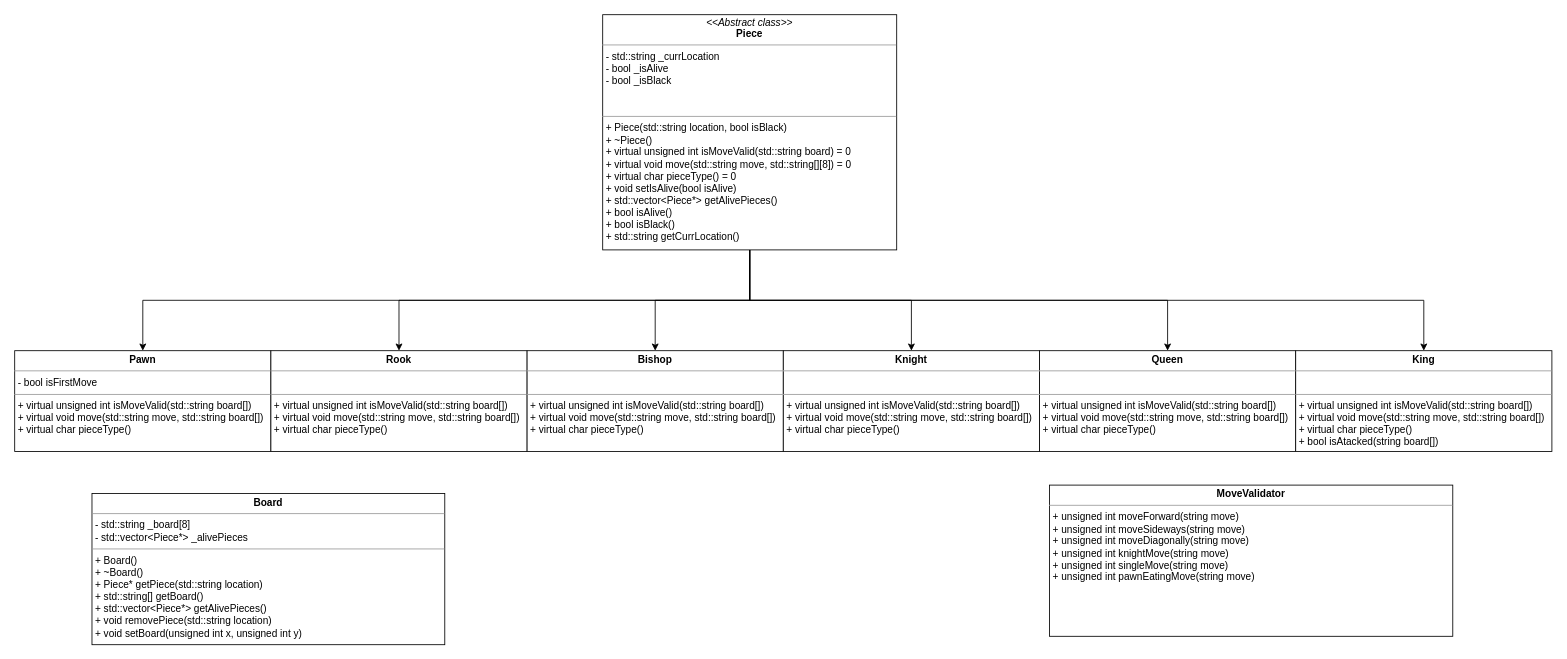
Before: ChessUML.drawio in shahar0809/Chess, a draw.io diagram. Source tidied: cells renumbered, new cells numbered last; positions are measured from the earlier drawing's top-left corner, leaving out a move shared by most shapes. Both pictures are drawn from the tidied source at 84%, with x=0, y=0 at pixel (14, 14).
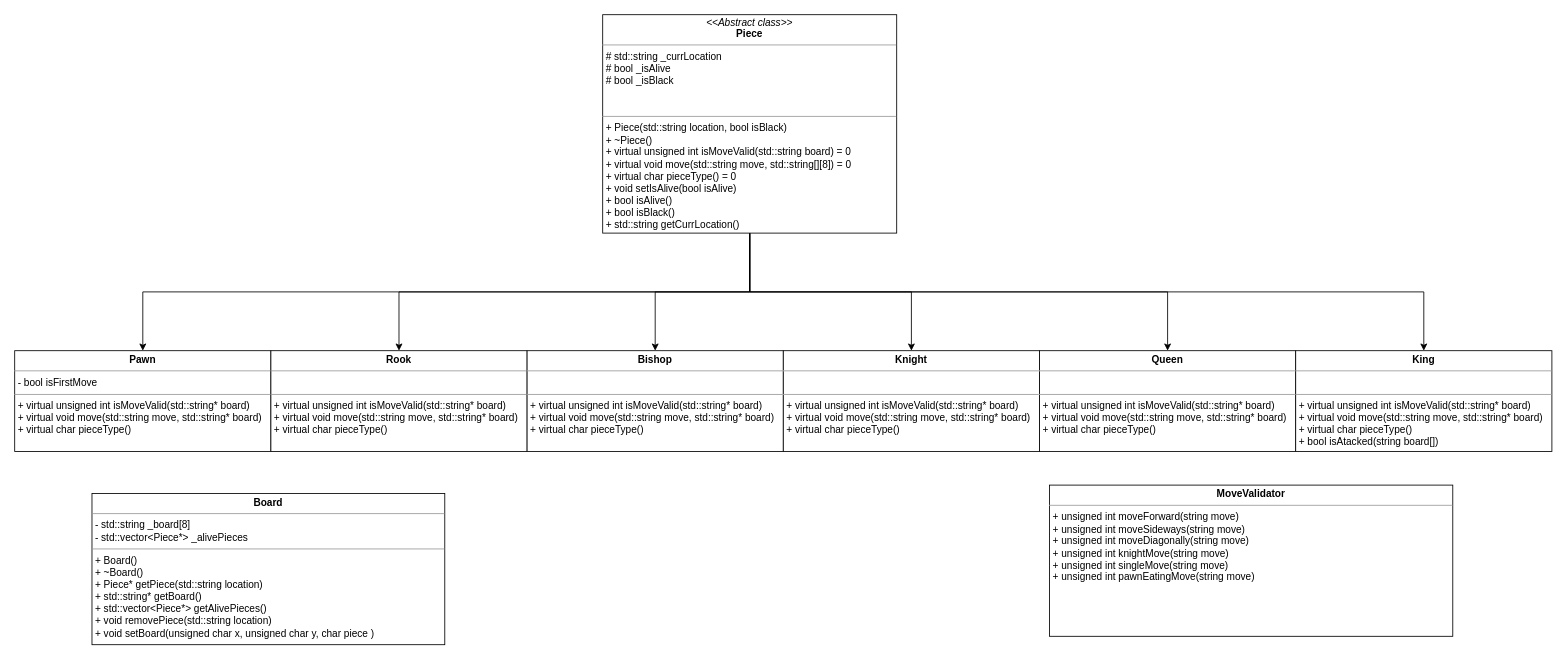
After the change.

The edit, as a diff of the source:
```diff
@@
 <mxGraphModel background="#ffffff">
   <root>
     <mxCell id="0" />
     <mxCell id="1" parent="0" />
     <mxCell id="2" style="edgeStyle=orthogonalEdgeStyle;rounded=0;jettySize=auto;html=1;exitX=0.5;exitY=1;exitDx=0;exitDy=0;entryX=0.5;entryY=0;entryDx=0;entryDy=0;" parent="1" edge="1" source="8" target="13">
       <mxGeometry relative="1" as="geometry" />
     </mxCell>
     <mxCell id="3" style="edgeStyle=orthogonalEdgeStyle;rounded=0;jettySize=auto;html=1;exitX=0.5;exitY=1;exitDx=0;exitDy=0;" parent="1" edge="1" source="8" target="14">
       <mxGeometry relative="1" as="geometry" />
     </mxCell>
     <mxCell id="4" style="edgeStyle=orthogonalEdgeStyle;rounded=0;jettySize=auto;html=1;exitX=0.5;exitY=1;exitDx=0;exitDy=0;" parent="1" edge="1" source="8" target="12">
       <mxGeometry relative="1" as="geometry" />
     </mxCell>
     <mxCell id="5" style="edgeStyle=orthogonalEdgeStyle;rounded=0;jettySize=auto;html=1;exitX=0.5;exitY=1;exitDx=0;exitDy=0;entryX=0.5;entryY=0;entryDx=0;entryDy=0;" parent="1" edge="1" source="8" target="9">
       <mxGeometry relative="1" as="geometry" />
     </mxCell>
     <mxCell id="6" style="edgeStyle=orthogonalEdgeStyle;rounded=0;jettySize=auto;html=1;exitX=0.5;exitY=1;exitDx=0;exitDy=0;" parent="1" edge="1" source="8" target="15">
       <mxGeometry relative="1" as="geometry" />
     </mxCell>
     <mxCell id="7" style="edgeStyle=orthogonalEdgeStyle;rounded=0;jettySize=auto;html=1;exitX=0.5;exitY=1;exitDx=0;exitDy=0;" parent="1" edge="1" source="8" target="16">
       <mxGeometry relative="1" as="geometry" />
     </mxCell>
-    <mxCell id="8" value="&lt;p style=&quot;margin: 4px 0px 0px ; text-align: center ; line-height: 110%&quot;&gt;&lt;i&gt;&amp;lt;&amp;lt;Abstract class&amp;gt;&amp;gt;&lt;/i&gt;&lt;br&gt;&lt;b&gt;Piece&lt;/b&gt;&lt;/p&gt;&lt;hr size=&quot;1&quot;&gt;&lt;p style=&quot;margin: 0px ; margin-left: 4px&quot;&gt;- std::string _currLocation&lt;br&gt;- bool _isAlive&lt;/p&gt;&lt;p style=&quot;margin: 0px ; margin-left: 4px&quot;&gt;- bool _isBlack&lt;/p&gt;&lt;p style=&quot;margin: 0px ; margin-left: 4px&quot;&gt;&lt;br&gt;&lt;/p&gt;&lt;p style=&quot;margin: 0px ; margin-left: 4px&quot;&gt;&lt;br&gt;&lt;/p&gt;&lt;hr size=&quot;1&quot;&gt;&lt;p style=&quot;margin: 0px ; margin-left: 4px&quot;&gt;+ Piece(std::string location, bool isBlack)&lt;/p&gt;&lt;p style=&quot;margin: 0px ; margin-left: 4px&quot;&gt;+ ~Piece()&lt;/p&gt;&lt;p style=&quot;margin: 0px ; margin-left: 4px&quot;&gt;+ virtual unsigned int isMoveValid(std::string board) = 0&lt;br&gt;+ virtual void move(std::string move, std::string[][8]) = 0&lt;/p&gt;&lt;p style=&quot;margin: 0px ; margin-left: 4px&quot;&gt;+ virtual char pieceType() = 0&lt;/p&gt;&lt;p style=&quot;margin: 0px ; margin-left: 4px&quot;&gt;+ void setIsAlive(bool isAlive)&lt;/p&gt;&lt;p style=&quot;margin: 0px ; margin-left: 4px&quot;&gt;+ std::vector&amp;lt;Piece*&amp;gt; getAlivePieces()&lt;/p&gt;&lt;p style=&quot;margin: 0px ; margin-left: 4px&quot;&gt;+ bool isAlive()&lt;/p&gt;&lt;p style=&quot;margin: 0px ; margin-left: 4px&quot;&gt;+ bool isBlack()&lt;/p&gt;&lt;p style=&quot;margin: 0px ; margin-left: 4px&quot;&gt;+ std::string getCurrLocation()&lt;/p&gt;" style="verticalAlign=top;align=left;overflow=fill;fontSize=12;fontFamily=Helvetica;html=1;" parent="1" vertex="1">
-      <mxGeometry x="700" width="350" height="280" as="geometry" />
+    <mxCell id="8" value="&lt;p style=&quot;margin: 4px 0px 0px ; text-align: center ; line-height: 110%&quot;&gt;&lt;i&gt;&amp;lt;&amp;lt;Abstract class&amp;gt;&amp;gt;&lt;/i&gt;&lt;br&gt;&lt;b&gt;Piece&lt;/b&gt;&lt;/p&gt;&lt;hr size=&quot;1&quot;&gt;&lt;p style=&quot;margin: 0px ; margin-left: 4px&quot;&gt;# std::string _currLocation&lt;br&gt;# bool _isAlive&lt;/p&gt;&lt;p style=&quot;margin: 0px ; margin-left: 4px&quot;&gt;# bool _isBlack&lt;/p&gt;&lt;p style=&quot;margin: 0px ; margin-left: 4px&quot;&gt;&lt;br&gt;&lt;/p&gt;&lt;p style=&quot;margin: 0px ; margin-left: 4px&quot;&gt;&lt;br&gt;&lt;/p&gt;&lt;hr size=&quot;1&quot;&gt;&lt;p style=&quot;margin: 0px ; margin-left: 4px&quot;&gt;+ Piece(std::string location, bool isBlack)&lt;/p&gt;&lt;p style=&quot;margin: 0px ; margin-left: 4px&quot;&gt;+ ~Piece()&lt;/p&gt;&lt;p style=&quot;margin: 0px ; margin-left: 4px&quot;&gt;+ virtual unsigned int isMoveValid(std::string board) = 0&lt;br&gt;+ virtual void move(std::string move, std::string[][8]) = 0&lt;/p&gt;&lt;p style=&quot;margin: 0px ; margin-left: 4px&quot;&gt;+ virtual char pieceType() = 0&lt;/p&gt;&lt;p style=&quot;margin: 0px ; margin-left: 4px&quot;&gt;+ void setIsAlive(bool isAlive)&lt;/p&gt;&lt;p style=&quot;margin: 0px ; margin-left: 4px&quot;&gt;+ bool isAlive()&lt;/p&gt;&lt;p style=&quot;margin: 0px ; margin-left: 4px&quot;&gt;+ bool isBlack()&lt;/p&gt;&lt;p style=&quot;margin: 0px ; margin-left: 4px&quot;&gt;+ std::string getCurrLocation()&lt;/p&gt;" style="verticalAlign=top;align=left;overflow=fill;fontSize=12;fontFamily=Helvetica;html=1;" parent="1" vertex="1">
+      <mxGeometry x="700" width="350" height="260" as="geometry" />
     </mxCell>
-    <mxCell id="9" value="&lt;p style=&quot;margin: 0px ; margin-top: 4px ; text-align: center&quot;&gt;&lt;b&gt;Pawn&lt;/b&gt;&lt;/p&gt;&lt;hr size=&quot;1&quot;&gt;&lt;p style=&quot;margin: 0px ; margin-left: 4px&quot;&gt;- bool isFirstMove&lt;/p&gt;&lt;hr size=&quot;1&quot;&gt;&lt;p style=&quot;margin: 0px 0px 0px 4px&quot;&gt;+ virtual unsigned int isMoveValid(std::string board[])&lt;br&gt;+ virtual void move(std::string move, std::string board[])&lt;/p&gt;&lt;p style=&quot;margin: 0px ; margin-left: 4px&quot;&gt;&lt;span&gt;+ virtual char pieceType()&lt;/span&gt;&amp;nbsp;&lt;/p&gt;" style="verticalAlign=top;align=left;overflow=fill;fontSize=12;fontFamily=Helvetica;html=1;" parent="1" vertex="1">
+    <mxCell id="9" value="&lt;p style=&quot;margin: 0px ; margin-top: 4px ; text-align: center&quot;&gt;&lt;b&gt;Pawn&lt;/b&gt;&lt;/p&gt;&lt;hr size=&quot;1&quot;&gt;&lt;p style=&quot;margin: 0px ; margin-left: 4px&quot;&gt;- bool isFirstMove&lt;/p&gt;&lt;hr size=&quot;1&quot;&gt;&lt;p style=&quot;margin: 0px 0px 0px 4px&quot;&gt;+ virtual unsigned int isMoveValid(std::string* board)&lt;br&gt;+ virtual void move(std::string move, std::string* board)&lt;/p&gt;&lt;p style=&quot;margin: 0px 0px 0px 4px&quot;&gt;+ virtual char pieceType()&amp;nbsp;&lt;/p&gt;" style="verticalAlign=top;align=left;overflow=fill;fontSize=12;fontFamily=Helvetica;html=1;" parent="1" vertex="1">
       <mxGeometry y="400" width="305" height="120" as="geometry" />
     </mxCell>
-    <mxCell id="10" value="&lt;p style=&quot;margin: 0px ; margin-top: 4px ; text-align: center&quot;&gt;&lt;b&gt;Board&lt;/b&gt;&lt;/p&gt;&lt;hr size=&quot;1&quot;&gt;&lt;p style=&quot;margin: 0px ; margin-left: 4px&quot;&gt;- std::string _board[8]&lt;/p&gt;&lt;p style=&quot;margin: 0px ; margin-left: 4px&quot;&gt;- std::vector&amp;lt;Piece*&amp;gt; _alivePieces&lt;/p&gt;&lt;hr size=&quot;1&quot;&gt;&lt;p style=&quot;margin: 0px ; margin-left: 4px&quot;&gt;+ Board()&lt;/p&gt;&lt;p style=&quot;margin: 0px ; margin-left: 4px&quot;&gt;+ ~Board()&lt;/p&gt;&lt;p style=&quot;margin: 0px ; margin-left: 4px&quot;&gt;+ Piece* getPiece(std::string location)&lt;/p&gt;&lt;p style=&quot;margin: 0px ; margin-left: 4px&quot;&gt;+ std::string[] getBoard()&lt;/p&gt;&lt;p style=&quot;margin: 0px ; margin-left: 4px&quot;&gt;+ std::vector&amp;lt;Piece*&amp;gt; getAlivePieces()&lt;/p&gt;&lt;p style=&quot;margin: 0px ; margin-left: 4px&quot;&gt;+ void removePiece(std::string location)&lt;/p&gt;&lt;p style=&quot;margin: 0px ; margin-left: 4px&quot;&gt;+ void setBoard(unsigned int x, unsigned int y)&lt;/p&gt;&lt;p style=&quot;margin: 0px ; margin-left: 4px&quot;&gt;&lt;br&gt;&lt;/p&gt;&lt;p style=&quot;margin: 0px ; margin-left: 4px&quot;&gt;&lt;br&gt;&lt;/p&gt;&lt;p style=&quot;margin: 0px ; margin-left: 4px&quot;&gt;&lt;br&gt;&lt;/p&gt;" style="verticalAlign=top;align=left;overflow=fill;fontSize=12;fontFamily=Helvetica;html=1;" parent="1" vertex="1">
+    <mxCell id="10" value="&lt;p style=&quot;margin: 0px ; margin-top: 4px ; text-align: center&quot;&gt;&lt;b&gt;Board&lt;/b&gt;&lt;/p&gt;&lt;hr size=&quot;1&quot;&gt;&lt;p style=&quot;margin: 0px ; margin-left: 4px&quot;&gt;- std::string _board[8]&lt;/p&gt;&lt;p style=&quot;margin: 0px ; margin-left: 4px&quot;&gt;- std::vector&amp;lt;Piece*&amp;gt; _alivePieces&lt;/p&gt;&lt;hr size=&quot;1&quot;&gt;&lt;p style=&quot;margin: 0px ; margin-left: 4px&quot;&gt;+ Board()&lt;/p&gt;&lt;p style=&quot;margin: 0px ; margin-left: 4px&quot;&gt;+ ~Board()&lt;/p&gt;&lt;p style=&quot;margin: 0px ; margin-left: 4px&quot;&gt;+ Piece* getPiece(std::string location)&lt;/p&gt;&lt;p style=&quot;margin: 0px ; margin-left: 4px&quot;&gt;+ std::string* getBoard()&lt;/p&gt;&lt;p style=&quot;margin: 0px ; margin-left: 4px&quot;&gt;+ std::vector&amp;lt;Piece*&amp;gt; getAlivePieces()&lt;/p&gt;&lt;p style=&quot;margin: 0px ; margin-left: 4px&quot;&gt;+ void removePiece(std::string location)&lt;/p&gt;&lt;p style=&quot;margin: 0px ; margin-left: 4px&quot;&gt;+ void setBoard(unsigned char x, unsigned char y, char piece )&lt;/p&gt;&lt;p style=&quot;margin: 0px ; margin-left: 4px&quot;&gt;&lt;br&gt;&lt;/p&gt;&lt;p style=&quot;margin: 0px ; margin-left: 4px&quot;&gt;&lt;br&gt;&lt;/p&gt;&lt;p style=&quot;margin: 0px ; margin-left: 4px&quot;&gt;&lt;br&gt;&lt;/p&gt;" style="verticalAlign=top;align=left;overflow=fill;fontSize=12;fontFamily=Helvetica;html=1;" parent="1" vertex="1">
       <mxGeometry x="92" y="570" width="420" height="180" as="geometry" />
     </mxCell>
     <mxCell id="11" value="&lt;p style=&quot;margin: 0px ; margin-top: 4px ; text-align: center&quot;&gt;&lt;b&gt;MoveValidator&lt;/b&gt;&lt;/p&gt;&lt;hr size=&quot;1&quot;&gt;&lt;p style=&quot;margin: 0px ; margin-left: 4px&quot;&gt;&lt;/p&gt;&lt;p style=&quot;margin: 0px ; margin-left: 4px&quot;&gt;+ unsigned int moveForward(string move)&lt;/p&gt;&lt;p style=&quot;margin: 0px ; margin-left: 4px&quot;&gt;+ unsigned int moveSideways(string move)&lt;br&gt;&lt;/p&gt;&lt;p style=&quot;margin: 0px ; margin-left: 4px&quot;&gt;+ unsigned int moveDiagonally(string move)&lt;br&gt;&lt;/p&gt;&lt;p style=&quot;margin: 0px ; margin-left: 4px&quot;&gt;+ unsigned int knightMove(string move)&lt;br&gt;&lt;/p&gt;&lt;p style=&quot;margin: 0px ; margin-left: 4px&quot;&gt;+ unsigned int singleMove(string move)&lt;/p&gt;&lt;p style=&quot;margin: 0px ; margin-left: 4px&quot;&gt;+ unsigned int pawnEatingMove(string move)&lt;br&gt;&lt;/p&gt;&lt;p style=&quot;margin: 0px ; margin-left: 4px&quot;&gt;&lt;br&gt;&lt;/p&gt;&lt;p style=&quot;margin: 0px ; margin-left: 4px&quot;&gt;&lt;br&gt;&lt;/p&gt;" style="verticalAlign=top;align=left;overflow=fill;fontSize=12;fontFamily=Helvetica;html=1;" parent="1" vertex="1">
       <mxGeometry x="1232" y="560" width="480" height="180" as="geometry" />
     </mxCell>
-    <mxCell id="12" value="&lt;p style=&quot;margin: 0px ; margin-top: 4px ; text-align: center&quot;&gt;&lt;b&gt;Rook&lt;/b&gt;&lt;/p&gt;&lt;hr size=&quot;1&quot;&gt;&lt;p style=&quot;margin: 0px ; margin-left: 4px&quot;&gt;&lt;br&gt;&lt;/p&gt;&lt;hr size=&quot;1&quot;&gt;&lt;p style=&quot;margin: 0px 0px 0px 4px&quot;&gt;+ virtual unsigned int isMoveValid(std::string board[])&lt;br&gt;+ virtual void move(std::string move, std::string board[])&lt;/p&gt;&lt;p style=&quot;margin: 0px ; margin-left: 4px&quot;&gt;&lt;span&gt;+ virtual char pieceType()&lt;/span&gt;&amp;nbsp;&lt;/p&gt;" style="verticalAlign=top;align=left;overflow=fill;fontSize=12;fontFamily=Helvetica;html=1;" parent="1" vertex="1">
+    <mxCell id="12" value="&lt;p style=&quot;margin: 0px ; margin-top: 4px ; text-align: center&quot;&gt;&lt;b&gt;Rook&lt;/b&gt;&lt;/p&gt;&lt;hr size=&quot;1&quot;&gt;&lt;p style=&quot;margin: 0px ; margin-left: 4px&quot;&gt;&lt;br&gt;&lt;/p&gt;&lt;hr size=&quot;1&quot;&gt;&lt;p style=&quot;margin: 0px 0px 0px 4px&quot;&gt;+ virtual unsigned int isMoveValid(std::string* board)&lt;br&gt;+ virtual void move(std::string move, std::string* board)&lt;/p&gt;&lt;p style=&quot;margin: 0px 0px 0px 4px&quot;&gt;+ virtual char pieceType()&amp;nbsp;&lt;/p&gt;" style="verticalAlign=top;align=left;overflow=fill;fontSize=12;fontFamily=Helvetica;html=1;" parent="1" vertex="1">
       <mxGeometry x="305" y="400" width="305" height="120" as="geometry" />
     </mxCell>
-    <mxCell id="13" value="&lt;p style=&quot;margin: 0px ; margin-top: 4px ; text-align: center&quot;&gt;&lt;b&gt;Bishop&lt;/b&gt;&lt;/p&gt;&lt;hr size=&quot;1&quot;&gt;&lt;p style=&quot;margin: 0px ; margin-left: 4px&quot;&gt;&lt;br&gt;&lt;/p&gt;&lt;hr size=&quot;1&quot;&gt;&lt;p style=&quot;margin: 0px 0px 0px 4px&quot;&gt;+ virtual unsigned int isMoveValid(std::string board[])&lt;br&gt;+ virtual void move(std::string move, std::string board[])&lt;/p&gt;&lt;p style=&quot;margin: 0px ; margin-left: 4px&quot;&gt;&lt;span&gt;+ virtual char pieceType()&lt;/span&gt;&amp;nbsp;&lt;/p&gt;" style="verticalAlign=top;align=left;overflow=fill;fontSize=12;fontFamily=Helvetica;html=1;" parent="1" vertex="1">
+    <mxCell id="13" value="&lt;p style=&quot;margin: 0px ; margin-top: 4px ; text-align: center&quot;&gt;&lt;b&gt;Bishop&lt;/b&gt;&lt;/p&gt;&lt;hr size=&quot;1&quot;&gt;&lt;p style=&quot;margin: 0px ; margin-left: 4px&quot;&gt;&lt;br&gt;&lt;/p&gt;&lt;hr size=&quot;1&quot;&gt;&lt;p style=&quot;margin: 0px 0px 0px 4px&quot;&gt;+ virtual unsigned int isMoveValid(std::string* board)&lt;br&gt;+ virtual void move(std::string move, std::string* board)&lt;/p&gt;&lt;p style=&quot;margin: 0px 0px 0px 4px&quot;&gt;+ virtual char pieceType()&amp;nbsp;&lt;/p&gt;" style="verticalAlign=top;align=left;overflow=fill;fontSize=12;fontFamily=Helvetica;html=1;" parent="1" vertex="1">
       <mxGeometry x="610" y="400" width="305" height="120" as="geometry" />
     </mxCell>
-    <mxCell id="14" value="&lt;p style=&quot;margin: 0px ; margin-top: 4px ; text-align: center&quot;&gt;&lt;b&gt;Knight&lt;/b&gt;&lt;/p&gt;&lt;hr size=&quot;1&quot;&gt;&lt;p style=&quot;margin: 0px ; margin-left: 4px&quot;&gt;&lt;br&gt;&lt;/p&gt;&lt;hr size=&quot;1&quot;&gt;&lt;p style=&quot;margin: 0px 0px 0px 4px&quot;&gt;+ virtual unsigned int isMoveValid(std::string board[])&lt;br&gt;+ virtual void move(std::string move, std::string board[])&lt;/p&gt;&lt;p style=&quot;margin: 0px ; margin-left: 4px&quot;&gt;&lt;span&gt;+ virtual char pieceType()&lt;/span&gt;&amp;nbsp;&lt;/p&gt;&lt;p style=&quot;margin: 0px ; margin-left: 4px&quot;&gt;&lt;br&gt;&lt;/p&gt;" style="verticalAlign=top;align=left;overflow=fill;fontSize=12;fontFamily=Helvetica;html=1;" parent="1" vertex="1">
+    <mxCell id="14" value="&lt;p style=&quot;margin: 0px ; margin-top: 4px ; text-align: center&quot;&gt;&lt;b&gt;Knight&lt;/b&gt;&lt;/p&gt;&lt;hr size=&quot;1&quot;&gt;&lt;p style=&quot;margin: 0px ; margin-left: 4px&quot;&gt;&lt;br&gt;&lt;/p&gt;&lt;hr size=&quot;1&quot;&gt;&lt;p style=&quot;margin: 0px 0px 0px 4px&quot;&gt;+ virtual unsigned int isMoveValid(std::string* board)&lt;br&gt;+ virtual void move(std::string move, std::string* board)&lt;/p&gt;&lt;p style=&quot;margin: 0px ; margin-left: 4px&quot;&gt;&lt;span&gt;+ virtual char pieceType()&lt;/span&gt;&amp;nbsp;&lt;/p&gt;&lt;p style=&quot;margin: 0px ; margin-left: 4px&quot;&gt;&lt;br&gt;&lt;/p&gt;" style="verticalAlign=top;align=left;overflow=fill;fontSize=12;fontFamily=Helvetica;html=1;" parent="1" vertex="1">
       <mxGeometry x="915" y="400" width="305" height="120" as="geometry" />
     </mxCell>
-    <mxCell id="15" value="&lt;p style=&quot;margin: 0px ; margin-top: 4px ; text-align: center&quot;&gt;&lt;b&gt;Queen&lt;/b&gt;&lt;/p&gt;&lt;hr size=&quot;1&quot;&gt;&lt;p style=&quot;margin: 0px ; margin-left: 4px&quot;&gt;&lt;br&gt;&lt;/p&gt;&lt;hr size=&quot;1&quot;&gt;&lt;p style=&quot;margin: 0px 0px 0px 4px&quot;&gt;+ virtual unsigned int isMoveValid(std::string board[])&lt;br&gt;+ virtual void move(std::string move, std::string board[])&lt;/p&gt;&lt;p style=&quot;margin: 0px ; margin-left: 4px&quot;&gt;&lt;span&gt;+ virtual char pieceType()&lt;/span&gt;&amp;nbsp;&lt;/p&gt;" style="verticalAlign=top;align=left;overflow=fill;fontSize=12;fontFamily=Helvetica;html=1;" parent="1" vertex="1">
+    <mxCell id="15" value="&lt;p style=&quot;margin: 0px ; margin-top: 4px ; text-align: center&quot;&gt;&lt;b&gt;Queen&lt;/b&gt;&lt;/p&gt;&lt;hr size=&quot;1&quot;&gt;&lt;p style=&quot;margin: 0px ; margin-left: 4px&quot;&gt;&lt;br&gt;&lt;/p&gt;&lt;hr size=&quot;1&quot;&gt;&lt;p style=&quot;margin: 0px 0px 0px 4px&quot;&gt;+ virtual unsigned int isMoveValid(std::string* board)&lt;br&gt;+ virtual void move(std::string move, std::string* board)&lt;/p&gt;&lt;p style=&quot;margin: 0px 0px 0px 4px&quot;&gt;+ virtual char pieceType()&amp;nbsp;&lt;/p&gt;" style="verticalAlign=top;align=left;overflow=fill;fontSize=12;fontFamily=Helvetica;html=1;" parent="1" vertex="1">
       <mxGeometry x="1220" y="400" width="305" height="120" as="geometry" />
     </mxCell>
-    <mxCell id="16" value="&lt;p style=&quot;margin: 0px ; margin-top: 4px ; text-align: center&quot;&gt;&lt;b&gt;King&lt;/b&gt;&lt;/p&gt;&lt;hr size=&quot;1&quot;&gt;&lt;p style=&quot;margin: 0px ; margin-left: 4px&quot;&gt;&lt;br&gt;&lt;/p&gt;&lt;hr size=&quot;1&quot;&gt;&lt;p style=&quot;margin: 0px 0px 0px 4px&quot;&gt;+ virtual unsigned int isMoveValid(std::string board[])&lt;br&gt;+ virtual void move(std::string move, std::string board[])&lt;/p&gt;&lt;p style=&quot;margin: 0px ; margin-left: 4px&quot;&gt;&lt;span&gt;+ virtual char pieceType()&lt;/span&gt;&amp;nbsp;&lt;/p&gt;&lt;p style=&quot;margin: 0px ; margin-left: 4px&quot;&gt;+ bool isAtacked(string board[])&lt;br&gt;&lt;/p&gt;" style="verticalAlign=top;align=left;overflow=fill;fontSize=12;fontFamily=Helvetica;html=1;" parent="1" vertex="1">
+    <mxCell id="16" value="&lt;p style=&quot;margin: 0px ; margin-top: 4px ; text-align: center&quot;&gt;&lt;b&gt;King&lt;/b&gt;&lt;/p&gt;&lt;hr size=&quot;1&quot;&gt;&lt;p style=&quot;margin: 0px ; margin-left: 4px&quot;&gt;&lt;br&gt;&lt;/p&gt;&lt;hr size=&quot;1&quot;&gt;&lt;p style=&quot;margin: 0px 0px 0px 4px&quot;&gt;+ virtual unsigned int isMoveValid(std::string* board)&lt;br&gt;+ virtual void move(std::string move, std::string* board)&lt;/p&gt;&lt;p style=&quot;margin: 0px 0px 0px 4px&quot;&gt;+ virtual char pieceType()&amp;nbsp;&lt;/p&gt;&lt;p style=&quot;margin: 0px ; margin-left: 4px&quot;&gt;+ bool isAtacked(string board[])&lt;br&gt;&lt;/p&gt;" style="verticalAlign=top;align=left;overflow=fill;fontSize=12;fontFamily=Helvetica;html=1;" parent="1" vertex="1">
       <mxGeometry x="1525" y="400" width="305" height="120" as="geometry" />
     </mxCell>
   </root>
 </mxGraphModel>
```
